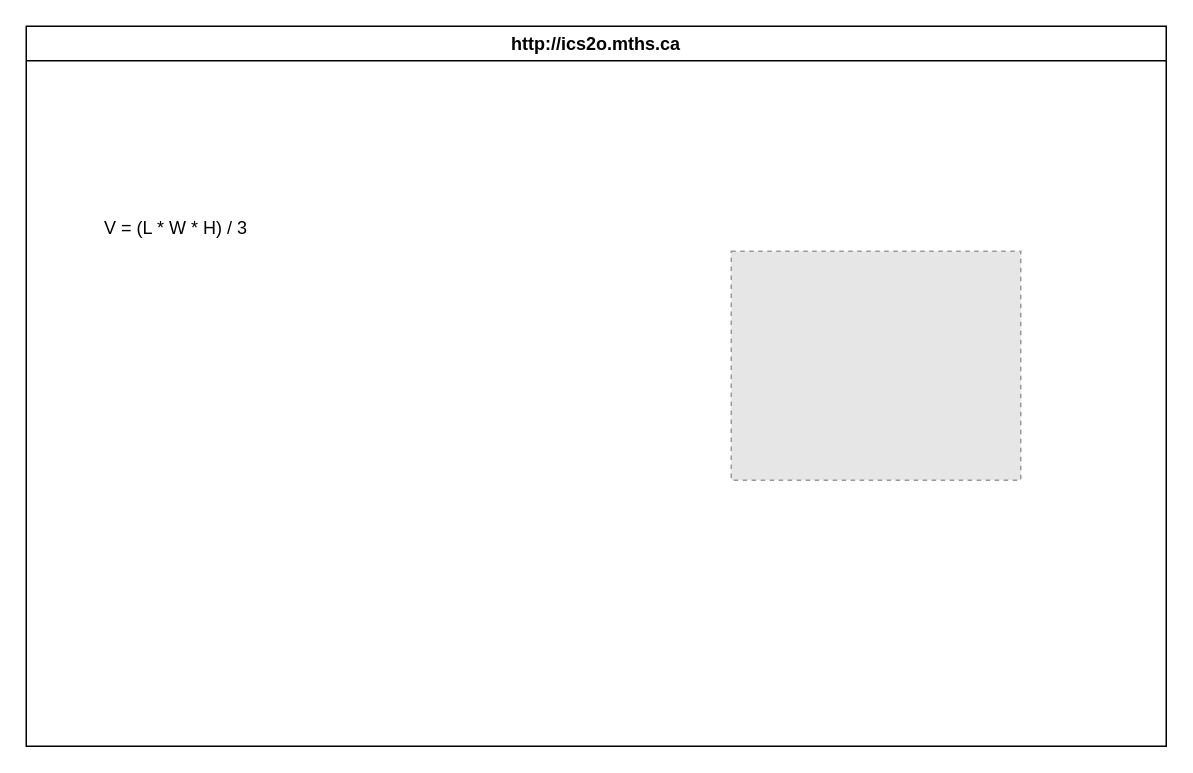
Above: design/storyboard.drawio in MTHS-ICD2O-1-2023/ICD2O-Unit-3-02-Adam-Batiuk (draw.io), before the change. Source tidied: cells renumbered, new cells numbered last; positions are measured from the earlier drawing's top-left corner, leaving out a move shared by most shapes. Both pictures are drawn from the tidied source at 150%, with x=0, y=0 at pixel (26, 26). Pictures stored in the file or linked from it are replaced by grey dashed boxes.
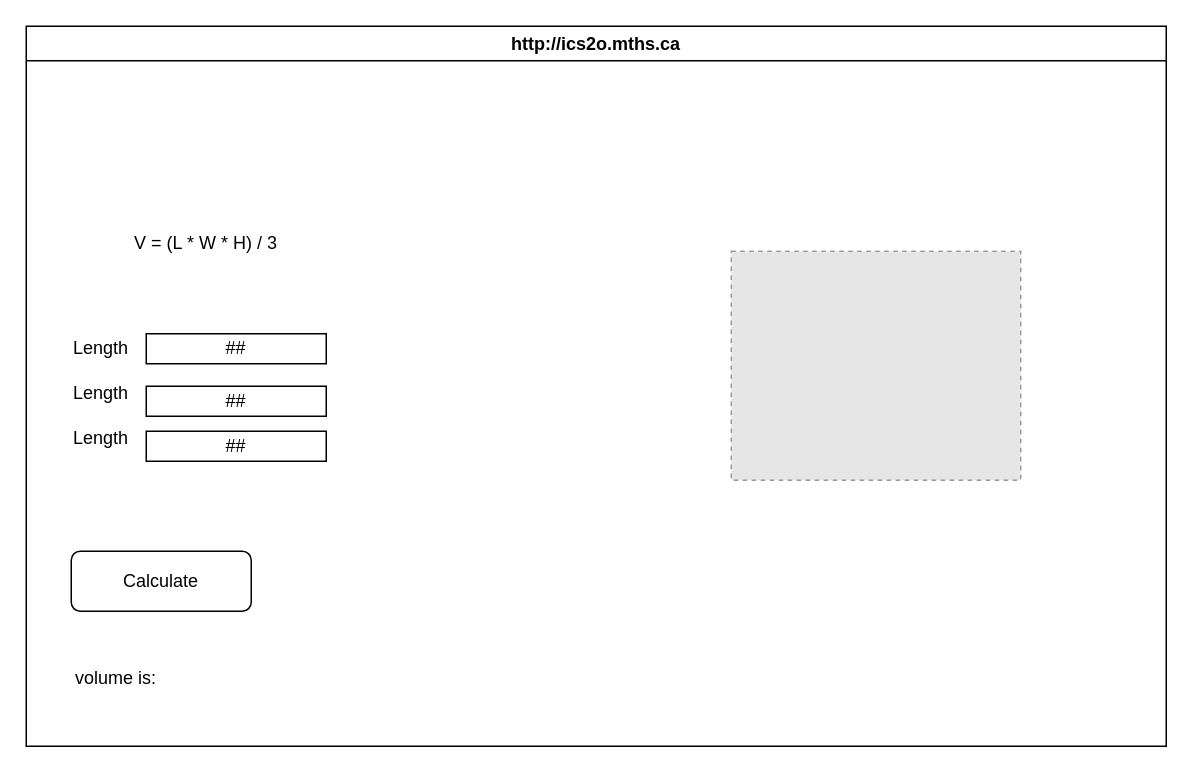
The same diagram, later.

Commit message (it also covers changes not shown here):
storybord and flowchart

Change to the diagram source:
```diff
@@
 <mxGraphModel>
   <root>
     <mxCell id="0" />
     <mxCell id="1" parent="0" />
     <mxCell id="2" value="http://ics2o.mths.ca" style="swimlane;whiteSpace=wrap;html=1;" parent="1" vertex="1">
       <mxGeometry width="760" height="480" as="geometry" />
     </mxCell>
     <mxCell id="3" style="fillColor=#E6E6E6;strokeColor=#999999;dashed=1;verticalLabelPosition=bottom;verticalAlign=top;" parent="2" vertex="1">
       <mxGeometry x="470" y="150" width="193" height="152.6" as="geometry" />
     </mxCell>
     <mxCell id="4" value="V = (L * W * H) / 3" style="text;html=1;strokeColor=none;fillColor=none;align=center;verticalAlign=middle;whiteSpace=wrap;rounded=0;" parent="2" vertex="1">
-      <mxGeometry x="40" y="120" width="120" height="30" as="geometry" />
+      <mxGeometry x="60" y="130" width="120" height="30" as="geometry" />
     </mxCell>
+    <mxCell id="5" value="Length" style="text;html=1;strokeColor=none;fillColor=none;align=center;verticalAlign=middle;whiteSpace=wrap;rounded=0;" parent="2" vertex="1">
+      <mxGeometry x="20" y="200" width="60" height="30" as="geometry" />
+    </mxCell>
+    <mxCell id="6" value="Length" style="text;html=1;strokeColor=none;fillColor=none;align=center;verticalAlign=middle;whiteSpace=wrap;rounded=0;" parent="2" vertex="1">
+      <mxGeometry x="20" y="260" width="60" height="30" as="geometry" />
+    </mxCell>
+    <mxCell id="7" value="Length" style="text;html=1;strokeColor=none;fillColor=none;align=center;verticalAlign=middle;whiteSpace=wrap;rounded=0;" parent="2" vertex="1">
+      <mxGeometry x="20" y="230" width="60" height="30" as="geometry" />
+    </mxCell>
+    <mxCell id="8" value="Calculate" style="rounded=1;whiteSpace=wrap;html=1;" parent="2" vertex="1">
+      <mxGeometry x="30" y="350" width="120" height="40" as="geometry" />
+    </mxCell>
+    <mxCell id="9" value="volume is:" style="text;html=1;strokeColor=none;fillColor=none;align=center;verticalAlign=middle;whiteSpace=wrap;rounded=0;" parent="2" vertex="1">
+      <mxGeometry x="30" y="420" width="60" height="30" as="geometry" />
+    </mxCell>
+    <mxCell id="10" value="##" style="rounded=0;whiteSpace=wrap;html=1;" parent="2" vertex="1">
+      <mxGeometry x="80" y="205" width="120" height="20" as="geometry" />
+    </mxCell>
+    <mxCell id="11" value="##" style="rounded=0;whiteSpace=wrap;html=1;" parent="2" vertex="1">
+      <mxGeometry x="80" y="240" width="120" height="20" as="geometry" />
+    </mxCell>
+    <mxCell id="12" value="##" style="rounded=0;whiteSpace=wrap;html=1;" parent="2" vertex="1">
+      <mxGeometry x="80" y="270" width="120" height="20" as="geometry" />
+    </mxCell>
   </root>
 </mxGraphModel>
```
